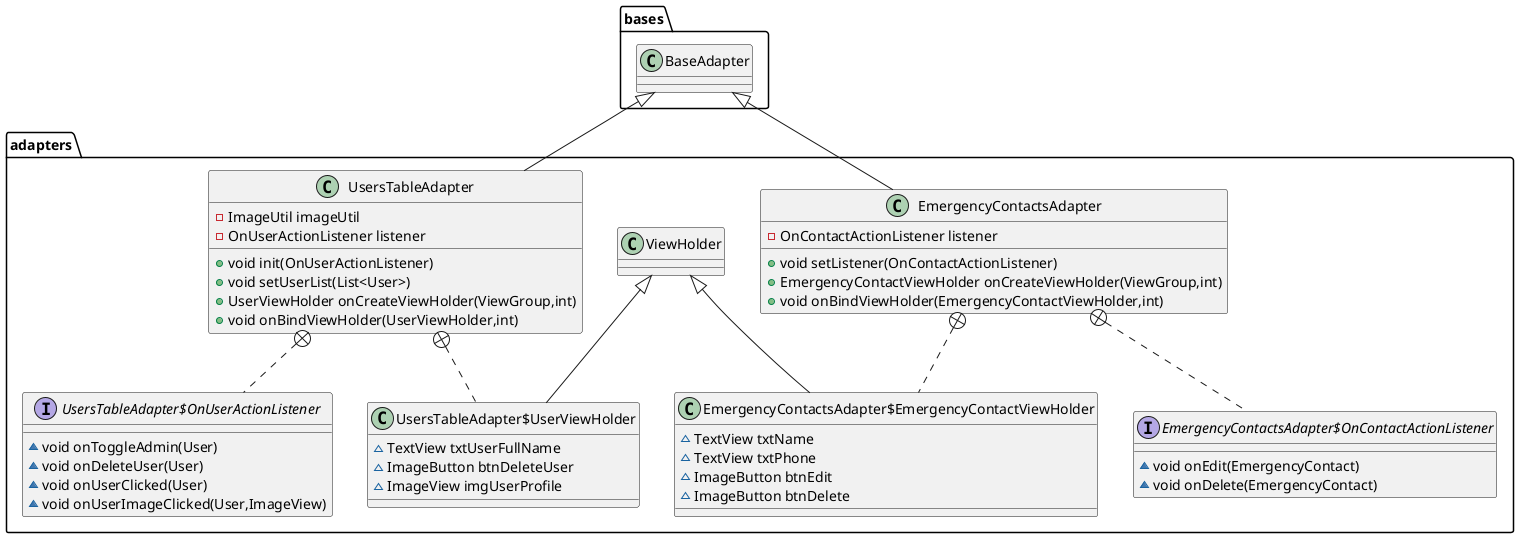
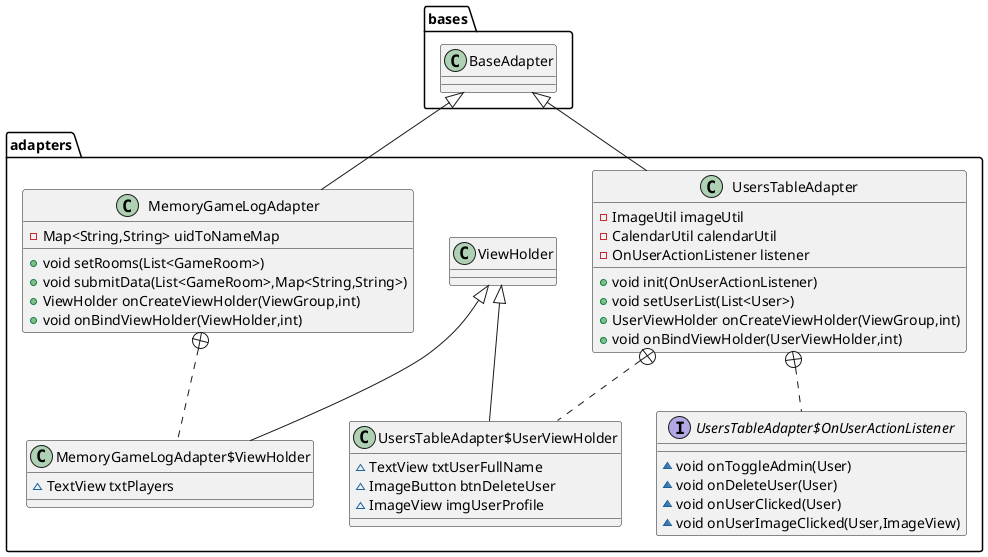
@startuml
+ class adapters.MemoryGameLogAdapter {
+ - Map<String,String> uidToNameMap
+ + void setRooms(List<GameRoom>)
+ + void submitData(List<GameRoom>,Map<String,String>)
+ + ViewHolder onCreateViewHolder(ViewGroup,int)
+ + void onBindViewHolder(ViewHolder,int)
+ }
+ 
+ 
+ class adapters.MemoryGameLogAdapter$ViewHolder {
+ ~ TextView txtPlayers
+ }
+ 
class adapters.UsersTableAdapter {
- ImageUtil imageUtil
+ - CalendarUtil calendarUtil
- OnUserActionListener listener
+ void init(OnUserActionListener)
+ void setUserList(List<User>)
+ UserViewHolder onCreateViewHolder(ViewGroup,int)
+ void onBindViewHolder(UserViewHolder,int)
}


interface adapters.UsersTableAdapter$OnUserActionListener {
~ void onToggleAdmin(User)
~ void onDeleteUser(User)
~ void onUserClicked(User)
~ void onUserImageClicked(User,ImageView)
}

class adapters.UsersTableAdapter$UserViewHolder {
~ TextView txtUserFullName
~ ImageButton btnDeleteUser
~ ImageView imgUserProfile
}

- class adapters.EmergencyContactsAdapter {
- - OnContactActionListener listener
- + void setListener(OnContactActionListener)
- + EmergencyContactViewHolder onCreateViewHolder(ViewGroup,int)
- + void onBindViewHolder(EmergencyContactViewHolder,int)
- }


- interface adapters.EmergencyContactsAdapter$OnContactActionListener {
- ~ void onEdit(EmergencyContact)
- ~ void onDelete(EmergencyContact)
- }
- 
- class adapters.EmergencyContactsAdapter$EmergencyContactViewHolder {
- ~ TextView txtName
- ~ TextView txtPhone
- ~ ImageButton btnEdit
- ~ ImageButton btnDelete
- }
- 
- 
- 
+ bases.BaseAdapter <|-- adapters.MemoryGameLogAdapter
+ adapters.MemoryGameLogAdapter +.. adapters.MemoryGameLogAdapter$ViewHolder
+ adapters.ViewHolder <|-- adapters.MemoryGameLogAdapter$ViewHolder
bases.BaseAdapter <|-- adapters.UsersTableAdapter
adapters.UsersTableAdapter +.. adapters.UsersTableAdapter$OnUserActionListener
adapters.UsersTableAdapter +.. adapters.UsersTableAdapter$UserViewHolder
adapters.ViewHolder <|-- adapters.UsersTableAdapter$UserViewHolder
- bases.BaseAdapter <|-- adapters.EmergencyContactsAdapter
- adapters.EmergencyContactsAdapter +.. adapters.EmergencyContactsAdapter$OnContactActionListener
- adapters.EmergencyContactsAdapter +.. adapters.EmergencyContactsAdapter$EmergencyContactViewHolder
- adapters.ViewHolder <|-- adapters.EmergencyContactsAdapter$EmergencyContactViewHolder
- @enduml
+ @enduml